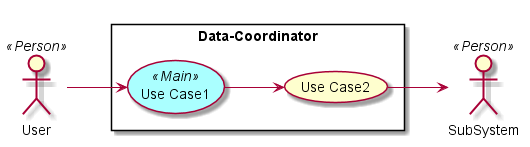
CAADE/C3 keeps this PlantUML diagram as docs/Solution/Data-Coordinator/UseCases.png. Above is the earlier version.
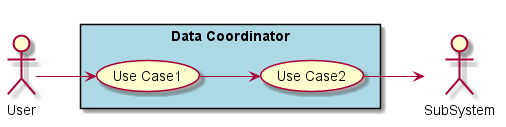
The same file after the commit.

The edit, as a diff of the source:
```diff
@@ -2,17 +2,13 @@
 
 left to right direction
 
-skinparam usecase {
-  BackgroudnColor #ffffaa
-  BackgroundColor<<Main>> #aaffff
-}
-actor :User: <<Person>>
-actor :SubSystem: <<Person>>
+actor :User:
+actor :SubSystem:
 
 
-rectangle "Data-Coordinator" {
-UseCase UC1 <<Main>> as "Use Case1"
-UseCase UC2  as "Use Case2"
+rectangle "Data Coordinator" #lightblue {
+UseCase UC1 as "Use Case1"
+UseCase UC2 as "Use Case2"
 
 
 User --> UC1
```
